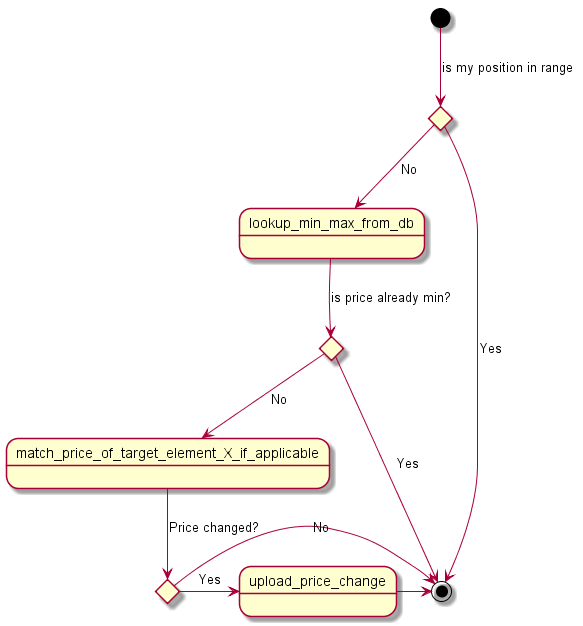
Earlier version of the PlantUML export doc/pricing_strategy.png (SoftPofi/cm-boy).
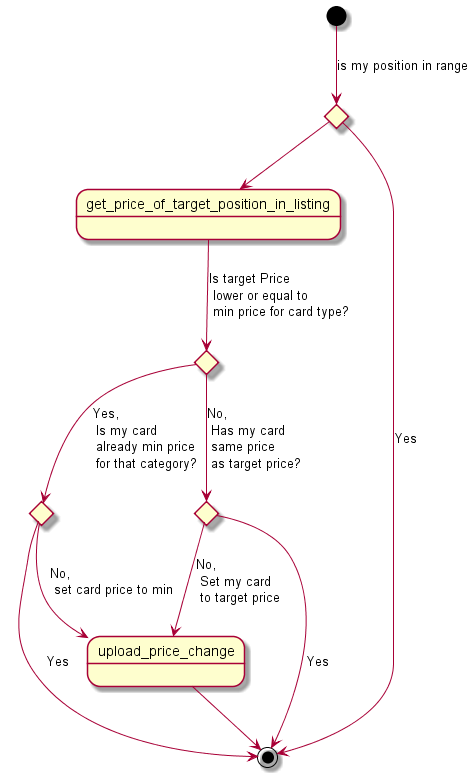
The same file after the commit.

The edit, as a diff of the source:
```diff
@@ -1,18 +1,25 @@
 @startuml
 
-state can_price_be_adjusted <<choice>>
+skinparam DefaultTextAlignment left
+
+state is_price_lower_than_min <<choice>>
+state is_card_already_min <<choice>>
 state is_position_in_range_min_max <<choice>>
-state price_changed <<choice>>
+state card_equal_price <<choice>>
 
 [*] --> is_position_in_range_min_max: is my position in range
-is_position_in_range_min_max --> lookup_min_max_from_db: No
-lookup_min_max_from_db --> can_price_be_adjusted:  is price already min?
-can_price_be_adjusted --> [*]: Yes
+is_position_in_range_min_max --> get_price_of_target_position_in_listing
+get_price_of_target_position_in_listing --> is_price_lower_than_min: Is target Price\n lower or equal to\n min price for card type?
+is_price_lower_than_min --> is_card_already_min: Yes,\n Is my card\n already min price\n for that category?
+is_card_already_min --> [*]: Yes
+is_card_already_min --> upload_price_change: No,\n set card price to min
+
+is_price_lower_than_min --> card_equal_price: No,\n Has my card\n same price\n as target price?
+card_equal_price --> [*]: Yes
+card_equal_price --> upload_price_change: No,\n Set my card\n to target price
+
+
 is_position_in_range_min_max --> [*]: Yes
 
-can_price_be_adjusted --> match_price_of_target_element_X_if_applicable: No
-match_price_of_target_element_X_if_applicable --> price_changed: Price changed?
-price_changed -> upload_price_change: Yes
-price_changed -> [*]: No
-upload_price_change -> [*]
+upload_price_change --> [*]
 @enduml
```
